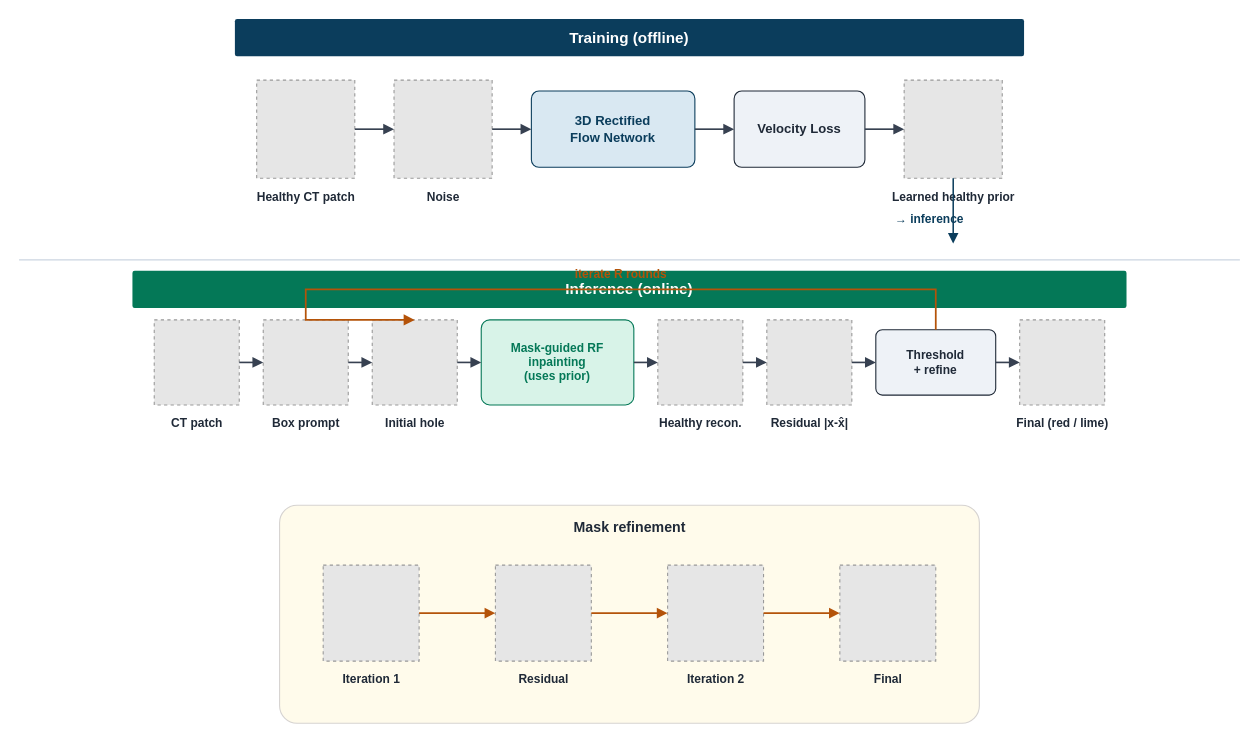
Before: figures/bakeoff/method_overview/fig_method_overview_2.drawio in Hojat-Asgariandehkordi/Hojjat-AAAI-2027, a draw.io diagram. Source tidied: cells renumbered, new cells numbered last; positions are measured from the earlier drawing's top-left corner, leaving out a move shared by most shapes. Both pictures are drawn from the tidied source at 109%, with x=0, y=0 at pixel (19, 19). Pictures stored in the file or linked from it are replaced by grey dashed boxes.
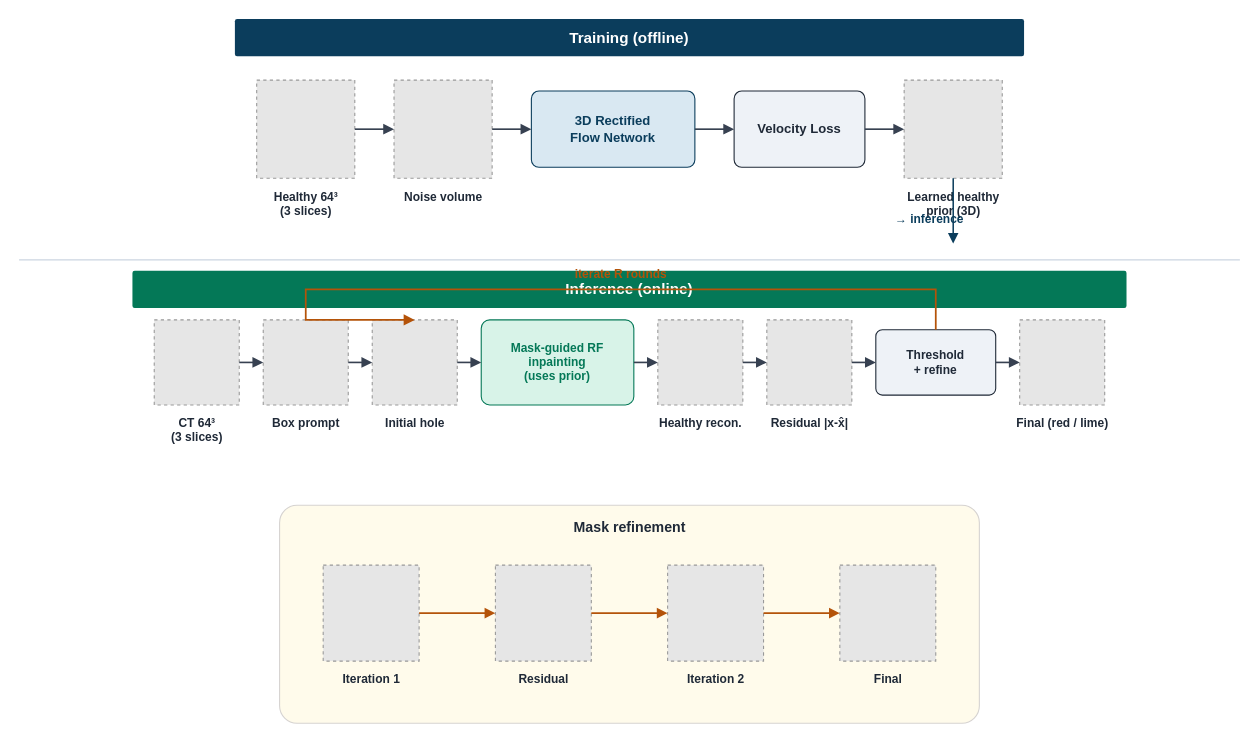
Above is the later version.

Commit message (it also covers changes not shown here):
Refresh Draw.io method overview with LIDC #1183 inference stacks.

Embed the updated 3-slice assets and align panel labels with the camera-ready figure.

Diff of the diagram source:
```diff
@@
-    <mxCell id="3" value="Healthy CT patch" style="fillColor=#E6E6E6;strokeColor=#999999;dashed=1;html=1;verticalLabelPosition=bottom;verticalAlign=top;fontSize=11;fontStyle=1;fontColor=#1F2937;spacingTop=4;" parent="1" vertex="1">
+    <mxCell id="3" value="Healthy 64³&#10;(3 slices)" style="fillColor=#E6E6E6;strokeColor=#999999;dashed=1;html=1;verticalLabelPosition=bottom;verticalAlign=top;fontSize=11;fontStyle=1;fontColor=#1F2937;spacingTop=4;" parent="1" vertex="1">
       <mxGeometry x="218" y="56" width="90" height="90" as="geometry" />
     </mxCell>
-    <mxCell id="4" value="Noise" style="fillColor=#E6E6E6;strokeColor=#999999;dashed=1;html=1;verticalLabelPosition=bottom;verticalAlign=top;fontSize=11;fontStyle=1;fontColor=#1F2937;spacingTop=4;" parent="1" vertex="1">
+    <mxCell id="4" value="Noise volume" style="fillColor=#E6E6E6;strokeColor=#999999;dashed=1;html=1;verticalLabelPosition=bottom;verticalAlign=top;fontSize=11;fontStyle=1;fontColor=#1F2937;spacingTop=4;" parent="1" vertex="1">
       <mxGeometry x="344" y="56" width="90" height="90" as="geometry" />
     </mxCell>
@@
-    <mxCell id="7" value="Learned healthy prior" style="fillColor=#E6E6E6;strokeColor=#999999;dashed=1;html=1;verticalLabelPosition=bottom;verticalAlign=top;fontSize=11;fontStyle=1;fontColor=#1F2937;spacingTop=4;" parent="1" vertex="1">
+    <mxCell id="7" value="Learned healthy&#10;prior (3D)" style="fillColor=#E6E6E6;strokeColor=#999999;dashed=1;html=1;verticalLabelPosition=bottom;verticalAlign=top;fontSize=11;fontStyle=1;fontColor=#1F2937;spacingTop=4;" parent="1" vertex="1">
       <mxGeometry x="812" y="56" width="90" height="90" as="geometry" />
     </mxCell>
@@
-    <mxCell id="16" value="CT patch" style="fillColor=#E6E6E6;strokeColor=#999999;dashed=1;html=1;verticalLabelPosition=bottom;verticalAlign=top;fontSize=11;fontStyle=1;fontColor=#1F2937;spacingTop=4;" parent="1" vertex="1">
+    <mxCell id="16" value="CT 64³&#10;(3 slices)" style="fillColor=#E6E6E6;strokeColor=#999999;dashed=1;html=1;verticalLabelPosition=bottom;verticalAlign=top;fontSize=11;fontStyle=1;fontColor=#1F2937;spacingTop=4;" parent="1" vertex="1">
       <mxGeometry x="124" y="276" width="78" height="78" as="geometry" />
     </mxCell>
```
